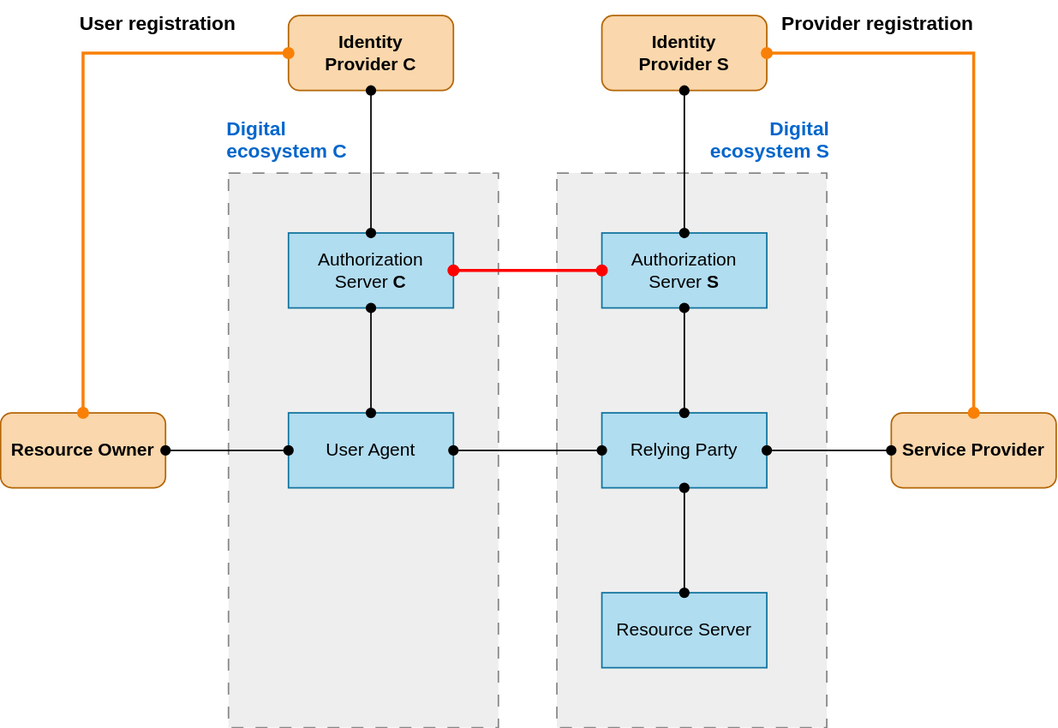
This is images/2_Symmetric-depiction.svg from Luigi-Sbriz/identity, a draw.io export, as it was before one commit. Source tidied: cells renumbered, new cells last; positions are measured from the earlier drawing's top-left corner, leaving out a move shared by most shapes. The source it was exported from:
```xml
<mxGraphModel>
  <root>
    <mxCell id="0" />
    <mxCell id="1" parent="0" />
    <mxCell id="2" value="&lt;p style=&quot;font-size: 13px;&quot;&gt;&lt;b style=&quot;font-size: 13px;&quot;&gt;&lt;font color=&quot;#0066cc&quot; style=&quot;font-size: 13px;&quot;&gt;Digital&lt;br&gt;ecosystem S&lt;/font&gt;&lt;/b&gt;&lt;/p&gt;" style="verticalLabelPosition=top;verticalAlign=bottom;shape=mxgraph.basic.rect;fillColor2=none;strokeWidth=1;size=19.33;indent=23.06;dashed=1;strokeColor=#878787;fillColor=#eeeeee;dashPattern=8 8;html=1;labelPosition=center;align=right;horizontal=1;spacing=-4;fontSize=13;spacingRight=3;spacingBottom=-3;" parent="1" vertex="1">
      <mxGeometry x="371" y="115" width="180" height="370" as="geometry" />
    </mxCell>
    <mxCell id="3" value="&lt;p style=&quot;font-size: 13px;&quot;&gt;&lt;b style=&quot;font-size: 13px;&quot;&gt;&lt;font color=&quot;#0066cc&quot; style=&quot;font-size: 13px;&quot;&gt;Digital&lt;br&gt;ecosystem C&lt;/font&gt;&lt;/b&gt;&lt;/p&gt;" style="verticalLabelPosition=top;verticalAlign=bottom;shape=mxgraph.basic.rect;fillColor2=none;strokeWidth=1;size=19.33;indent=23.06;dashed=1;strokeColor=#878787;fillColor=#eeeeee;dashPattern=8 8;html=1;labelPosition=center;align=left;horizontal=1;spacing=-4;fontSize=13;spacingTop=0;spacingRight=0;spacingLeft=3;spacingBottom=-3;" parent="1" vertex="1">
      <mxGeometry x="152" y="115" width="180" height="370" as="geometry" />
    </mxCell>
    <mxCell id="4" value="Resource Owner" style="html=1;whiteSpace=wrap;fillColor=#fad7ac;strokeColor=#b46504;glass=0;rounded=1;shadow=0;fontStyle=1;" parent="1" vertex="1">
      <mxGeometry y="275" width="110" height="50" as="geometry" />
    </mxCell>
    <mxCell id="5" value="Identity&lt;br&gt;Provider C" style="html=1;whiteSpace=wrap;fillColor=#fad7ac;strokeColor=#b46504;glass=0;rounded=1;shadow=0;fontStyle=1;" parent="1" vertex="1">
      <mxGeometry x="192" y="10" width="110" height="50" as="geometry" />
    </mxCell>
    <mxCell id="6" value="Service Provider" style="html=1;whiteSpace=wrap;fillColor=#fad7ac;strokeColor=#b46504;glass=0;rounded=1;shadow=0;fontStyle=1;" parent="1" vertex="1">
      <mxGeometry x="594" y="275" width="110" height="50" as="geometry" />
    </mxCell>
    <mxCell id="7" value="User Agent" style="html=1;whiteSpace=wrap;fillColor=#b1ddf0;strokeColor=#10739e;" parent="1" vertex="1">
      <mxGeometry x="192" y="275" width="110" height="50" as="geometry" />
    </mxCell>
    <mxCell id="8" value="Authorization Server &lt;b&gt;C&lt;/b&gt;" style="html=1;whiteSpace=wrap;fillColor=#b1ddf0;strokeColor=#10739e;" parent="1" vertex="1">
      <mxGeometry x="192" y="155" width="110" height="50" as="geometry" />
    </mxCell>
    <mxCell id="9" value="&lt;p style=&quot;margin-top: 0pt; margin-bottom: 0pt; margin-left: 0in; direction: ltr; unicode-bidi: embed; word-break: normal;&quot;&gt;Relying Party&lt;/p&gt;" style="html=1;whiteSpace=wrap;fillColor=#b1ddf0;strokeColor=#10739e;" parent="1" vertex="1">
      <mxGeometry x="401" y="275" width="110" height="50" as="geometry" />
    </mxCell>
    <mxCell id="10" value="&lt;p style=&quot;margin-top: 0pt; margin-bottom: 0pt; margin-left: 0in; direction: ltr; unicode-bidi: embed; word-break: normal;&quot;&gt;Resource Server&lt;/p&gt;" style="html=1;whiteSpace=wrap;fillColor=#b1ddf0;strokeColor=#10739e;" parent="1" vertex="1">
      <mxGeometry x="401" y="395" width="110" height="50" as="geometry" />
    </mxCell>
    <mxCell id="11" style="edgeStyle=orthogonalEdgeStyle;rounded=0;jettySize=auto;html=1;entryX=1;entryY=0.5;entryDx=0;entryDy=0;endArrow=oval;endFill=1;startArrow=oval;startFill=1;exitX=0;exitY=0.5;exitDx=0;exitDy=0;" parent="1" edge="1" source="9" target="7">
      <mxGeometry relative="1" as="geometry" />
    </mxCell>
    <mxCell id="12" style="edgeStyle=orthogonalEdgeStyle;rounded=0;jettySize=auto;html=1;entryX=0.5;entryY=0;entryDx=0;entryDy=0;endArrow=oval;endFill=1;startArrow=oval;startFill=1;exitX=0.5;exitY=1;exitDx=0;exitDy=0;" parent="1" edge="1" source="8" target="7">
      <mxGeometry relative="1" as="geometry" />
    </mxCell>
    <mxCell id="13" style="rounded=0;jettySize=auto;html=1;endArrow=oval;endFill=1;startArrow=oval;startFill=1;entryX=1;entryY=0.5;entryDx=0;entryDy=0;exitX=0;exitY=0.5;exitDx=0;exitDy=0;" parent="1" edge="1" source="6" target="9">
      <mxGeometry relative="1" as="geometry" />
    </mxCell>
    <mxCell id="14" style="edgeStyle=orthogonalEdgeStyle;rounded=0;jettySize=auto;html=1;entryX=1;entryY=0.5;entryDx=0;entryDy=0;endArrow=oval;endFill=1;startArrow=oval;startFill=1;exitX=0;exitY=0.5;exitDx=0;exitDy=0;" parent="1" edge="1" source="7" target="4">
      <mxGeometry relative="1" as="geometry" />
    </mxCell>
    <mxCell id="15" style="edgeStyle=orthogonalEdgeStyle;rounded=0;jettySize=auto;html=1;endArrow=oval;endFill=1;startArrow=oval;startFill=1;exitX=0.5;exitY=1;exitDx=0;exitDy=0;" parent="1" edge="1" source="5">
      <mxGeometry relative="1" as="geometry">
        <mxPoint x="247" y="155" as="targetPoint" />
      </mxGeometry>
    </mxCell>
    <mxCell id="16" style="edgeStyle=orthogonalEdgeStyle;rounded=0;jettySize=auto;html=1;endArrow=oval;endFill=1;startArrow=oval;startFill=1;exitX=0.5;exitY=0;exitDx=0;exitDy=0;entryX=0.5;entryY=1;entryDx=0;entryDy=0;" parent="1" edge="1" source="10" target="9">
      <mxGeometry relative="1" as="geometry" />
    </mxCell>
    <mxCell id="17" value="&lt;p style=&quot;margin-top: 0pt; margin-bottom: 0pt; margin-left: 0in; direction: ltr; unicode-bidi: embed; word-break: normal; font-size: 13px;&quot;&gt;Provider&amp;nbsp;&lt;span style=&quot;&quot;&gt;registration&lt;/span&gt;&lt;/p&gt;" style="text;strokeColor=none;align=right;fillColor=none;html=1;verticalAlign=middle;whiteSpace=wrap;rounded=0;fontFamily=Helvetica;fontStyle=1;" parent="1" vertex="1">
      <mxGeometry x="491" width="160" height="30" as="geometry" />
    </mxCell>
    <mxCell id="18" style="edgeStyle=orthogonalEdgeStyle;rounded=0;jettySize=auto;html=1;entryX=0.5;entryY=0;entryDx=0;entryDy=0;endArrow=oval;endFill=1;startArrow=oval;startFill=1;exitX=0;exitY=0.5;exitDx=0;exitDy=0;strokeColor=#f98006;strokeWidth=2;" parent="1" edge="1" source="5" target="4">
      <mxGeometry relative="1" as="geometry" />
    </mxCell>
    <mxCell id="19" value="&lt;p style=&quot;margin-top: 0pt; margin-bottom: 0pt; margin-left: 0in; direction: ltr; unicode-bidi: embed; word-break: normal; font-size: 13px;&quot;&gt;User&amp;nbsp;&lt;span style=&quot;&quot;&gt;registration&lt;/span&gt;&lt;/p&gt;" style="text;strokeColor=none;align=left;fillColor=none;html=1;verticalAlign=middle;whiteSpace=wrap;rounded=0;fontFamily=Helvetica;fontStyle=1;" parent="1" vertex="1">
      <mxGeometry x="51" width="130" height="30" as="geometry" />
    </mxCell>
    <mxCell id="20" value="&lt;p style=&quot;margin-top: 0pt; margin-bottom: 0pt; margin-left: 0in; direction: ltr; unicode-bidi: embed; word-break: normal;&quot;&gt;Authorization Server &lt;b&gt;S&lt;/b&gt;&lt;br&gt;&lt;/p&gt;" style="html=1;whiteSpace=wrap;fillColor=#b1ddf0;strokeColor=#10739e;" parent="1" vertex="1">
      <mxGeometry x="401" y="155" width="110" height="50" as="geometry" />
    </mxCell>
    <mxCell id="21" style="edgeStyle=orthogonalEdgeStyle;rounded=0;jettySize=auto;html=1;entryX=0.5;entryY=1;entryDx=0;entryDy=0;endArrow=oval;endFill=1;startArrow=oval;startFill=1;exitX=0.5;exitY=0;exitDx=0;exitDy=0;" parent="1" edge="1" source="9" target="20">
      <mxGeometry relative="1" as="geometry" />
    </mxCell>
    <mxCell id="22" value="Identity&lt;br&gt;Provider S" style="html=1;whiteSpace=wrap;fillColor=#fad7ac;strokeColor=#b46504;glass=0;rounded=1;shadow=0;fontStyle=1;" parent="1" vertex="1">
      <mxGeometry x="401" y="10" width="110" height="50" as="geometry" />
    </mxCell>
    <mxCell id="23" style="edgeStyle=orthogonalEdgeStyle;rounded=0;jettySize=auto;html=1;endArrow=oval;endFill=1;startArrow=oval;startFill=1;exitX=0.5;exitY=1;exitDx=0;exitDy=0;entryX=0.5;entryY=0;entryDx=0;entryDy=0;" parent="1" edge="1" source="22" target="20">
      <mxGeometry relative="1" as="geometry" />
    </mxCell>
    <mxCell id="24" style="edgeStyle=orthogonalEdgeStyle;rounded=0;jettySize=auto;html=1;endArrow=oval;endFill=1;startArrow=oval;startFill=1;exitX=0.5;exitY=0;exitDx=0;exitDy=0;strokeColor=#f98006;strokeWidth=2;entryX=1;entryY=0.5;entryDx=0;entryDy=0;" parent="1" edge="1" source="6" target="22">
      <mxGeometry relative="1" as="geometry" />
    </mxCell>
    <mxCell id="25" style="edgeStyle=orthogonalEdgeStyle;rounded=0;jettySize=auto;html=1;entryX=1;entryY=0.5;entryDx=0;entryDy=0;endArrow=oval;endFill=1;startArrow=oval;startFill=1;exitX=0;exitY=0.5;exitDx=0;exitDy=0;strokeWidth=2;strokeColor=#FF0000;" parent="1" edge="1" source="20" target="8">
      <mxGeometry relative="1" as="geometry" />
    </mxCell>
  </root>
</mxGraphModel>
```
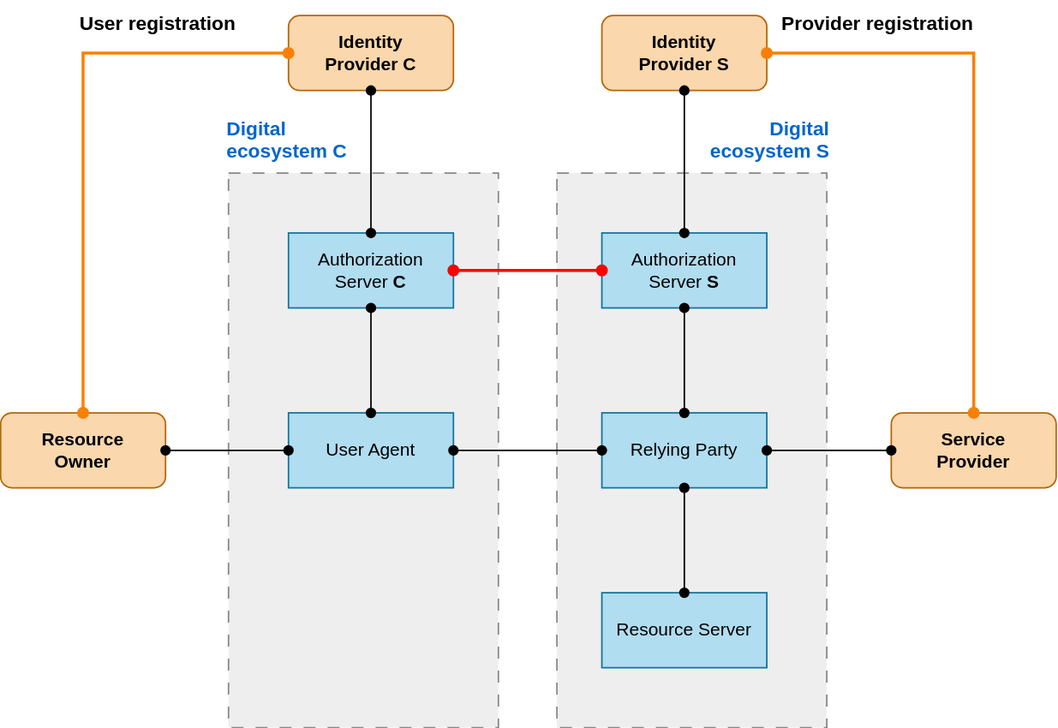
After the change.

Diff of the diagram source:
```diff
@@ -8,13 +8,13 @@
     <mxCell id="3" value="&lt;p style=&quot;font-size: 13px;&quot;&gt;&lt;b style=&quot;font-size: 13px;&quot;&gt;&lt;font color=&quot;#0066cc&quot; style=&quot;font-size: 13px;&quot;&gt;Digital&lt;br&gt;ecosystem C&lt;/font&gt;&lt;/b&gt;&lt;/p&gt;" style="verticalLabelPosition=top;verticalAlign=bottom;shape=mxgraph.basic.rect;fillColor2=none;strokeWidth=1;size=19.33;indent=23.06;dashed=1;strokeColor=#878787;fillColor=#eeeeee;dashPattern=8 8;html=1;labelPosition=center;align=left;horizontal=1;spacing=-4;fontSize=13;spacingTop=0;spacingRight=0;spacingLeft=3;spacingBottom=-3;" parent="1" vertex="1">
       <mxGeometry x="152" y="115" width="180" height="370" as="geometry" />
     </mxCell>
-    <mxCell id="4" value="Resource Owner" style="html=1;whiteSpace=wrap;fillColor=#fad7ac;strokeColor=#b46504;glass=0;rounded=1;shadow=0;fontStyle=1;" parent="1" vertex="1">
+    <mxCell id="4" value="Resource&lt;br&gt;Owner" style="html=1;whiteSpace=wrap;fillColor=#fad7ac;strokeColor=#b46504;glass=0;rounded=1;shadow=0;fontStyle=1;" parent="1" vertex="1">
       <mxGeometry y="275" width="110" height="50" as="geometry" />
     </mxCell>
     <mxCell id="5" value="Identity&lt;br&gt;Provider C" style="html=1;whiteSpace=wrap;fillColor=#fad7ac;strokeColor=#b46504;glass=0;rounded=1;shadow=0;fontStyle=1;" parent="1" vertex="1">
       <mxGeometry x="192" y="10" width="110" height="50" as="geometry" />
     </mxCell>
-    <mxCell id="6" value="Service Provider" style="html=1;whiteSpace=wrap;fillColor=#fad7ac;strokeColor=#b46504;glass=0;rounded=1;shadow=0;fontStyle=1;" parent="1" vertex="1">
+    <mxCell id="6" value="Service&lt;br&gt;Provider" style="html=1;whiteSpace=wrap;fillColor=#fad7ac;strokeColor=#b46504;glass=0;rounded=1;shadow=0;fontStyle=1;" parent="1" vertex="1">
       <mxGeometry x="594" y="275" width="110" height="50" as="geometry" />
     </mxCell>
     <mxCell id="7" value="User Agent" style="html=1;whiteSpace=wrap;fillColor=#b1ddf0;strokeColor=#10739e;" parent="1" vertex="1">
```
